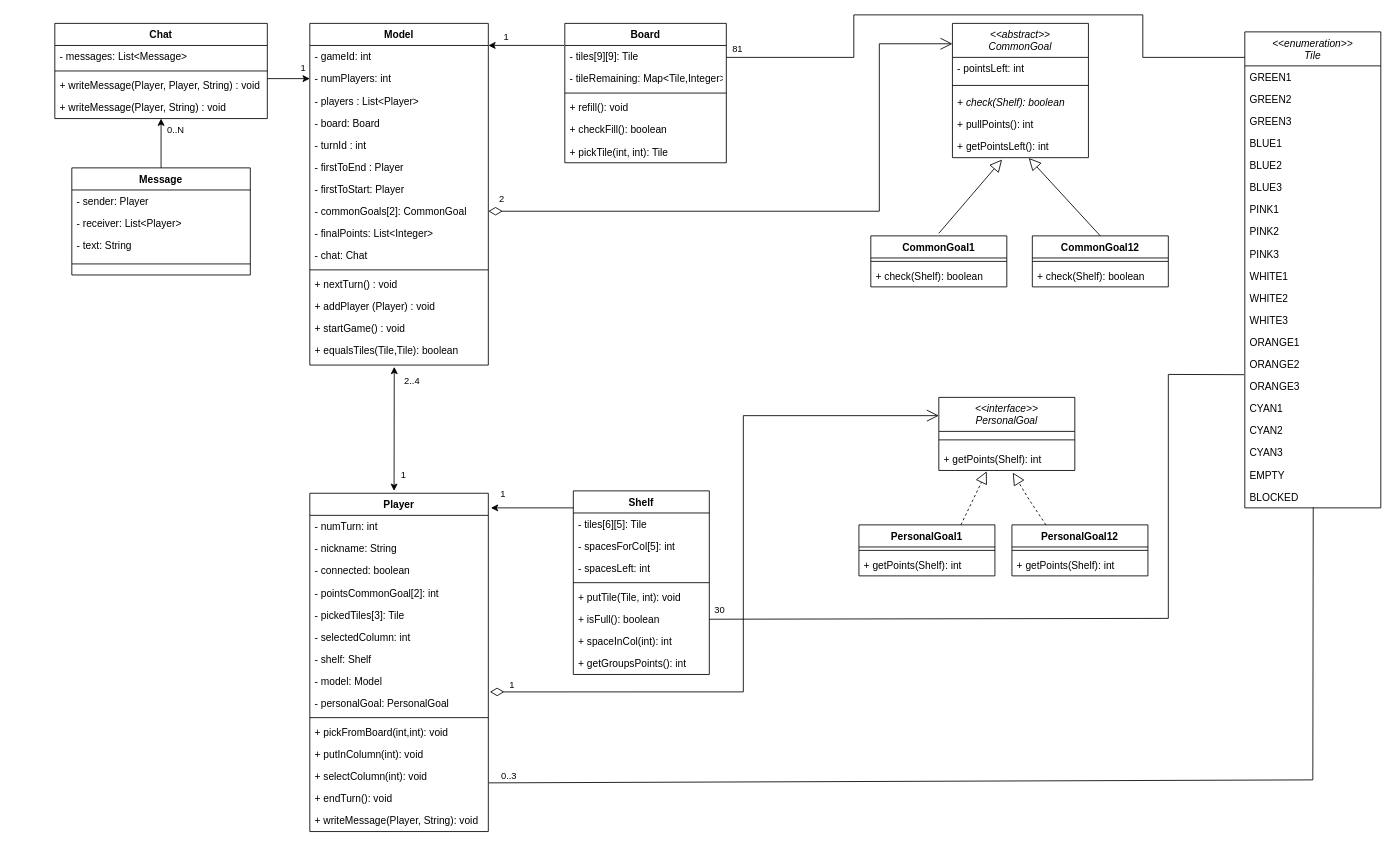
RiccardoFiorentini/ing-sw-2023-Annechini-Filippi-Fiorentini-Gioia keeps this draw.io diagram as UML.drawio. Above is the earlier version. Source tidied: cells renumbered, new cells numbered last; positions are measured from the earlier drawing's top-left corner, leaving out a move shared by most shapes. Both pictures are drawn from the tidied source at 85%, with x=0, y=0 at pixel (54, 14).
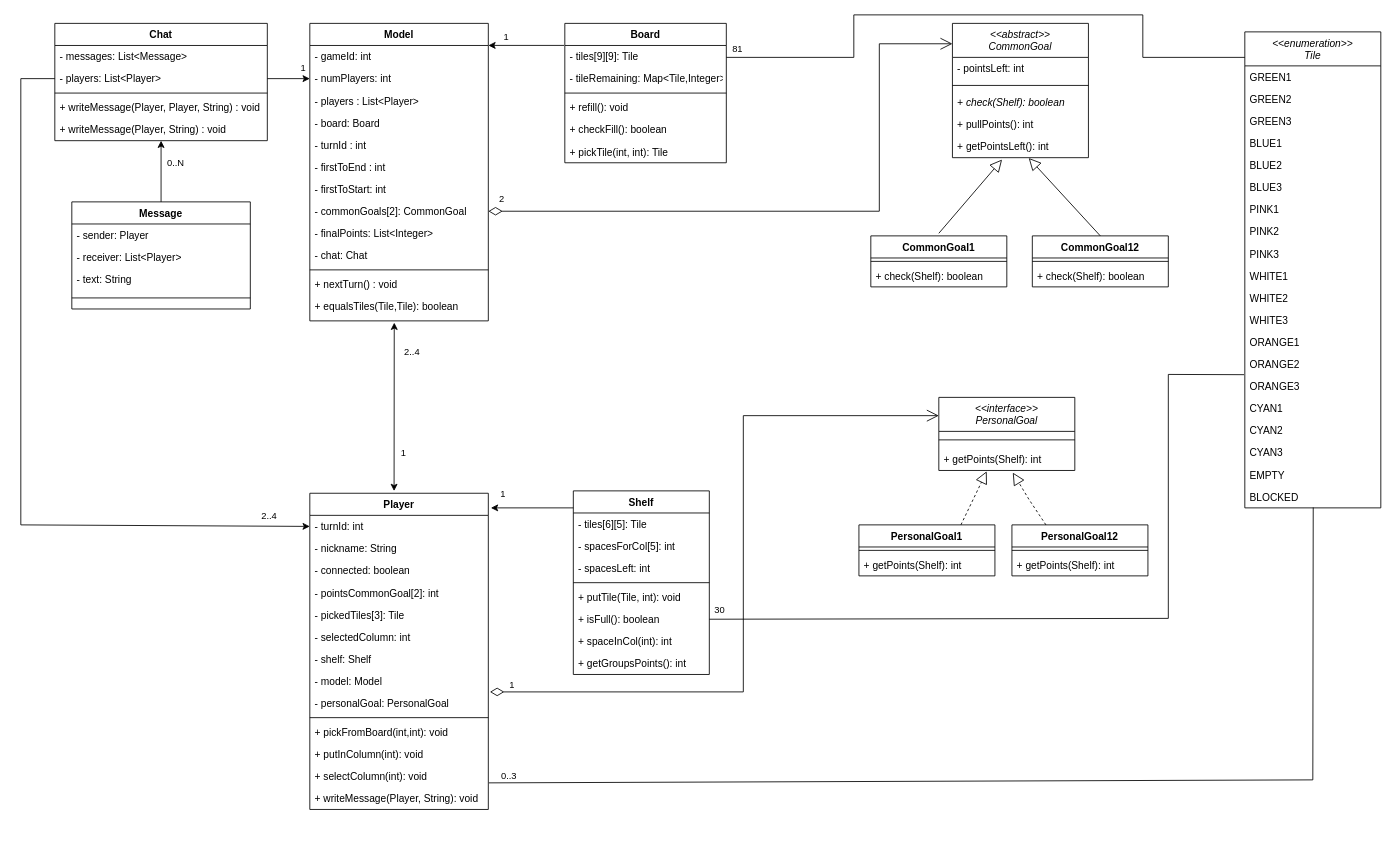
Above is the later version.

Commit message (it also covers changes not shown here):
First implementation of: Chat, Model Update of: UML, Player

The edit, as a diff of the source:
```diff
@@
     <mxCell id="2" value="Model" style="swimlane;fontStyle=1;align=center;verticalAlign=top;horizontal=1;startSize=26;" parent="1" vertex="1">
-      <mxGeometry x="300" y="10" width="210" height="402" as="geometry" />
+      <mxGeometry x="300" y="10" width="210" height="350" as="geometry" />
     </mxCell>
@@
-    <mxCell id="8" value="- firstToEnd : Player" style="text;strokeColor=none;fillColor=none;align=left;verticalAlign=top;spacingLeft=4;spacingRight=4;overflow=hidden;" parent="2" vertex="1">
+    <mxCell id="8" value="- firstToEnd : int" style="text;strokeColor=none;fillColor=none;align=left;verticalAlign=top;spacingLeft=4;spacingRight=4;overflow=hidden;" parent="2" vertex="1">
       <mxGeometry y="156" width="210" height="26" as="geometry" />
     </mxCell>
-    <mxCell id="9" value="- firstToStart: Player" style="text;strokeColor=none;fillColor=none;align=left;verticalAlign=top;spacingLeft=4;spacingRight=4;overflow=hidden;" parent="2" vertex="1">
+    <mxCell id="9" value="- firstToStart: int" style="text;strokeColor=none;fillColor=none;align=left;verticalAlign=top;spacingLeft=4;spacingRight=4;overflow=hidden;" parent="2" vertex="1">
       <mxGeometry y="182" width="210" height="26" as="geometry" />
     </mxCell>
@@
-    <mxCell id="15" value="+ addPlayer (Player) : void" style="text;strokeColor=none;fillColor=none;align=left;verticalAlign=top;spacingLeft=4;spacingRight=4;overflow=hidden;" parent="2" vertex="1">
-      <mxGeometry y="320" width="210" height="26" as="geometry" />
-    </mxCell>
-    <mxCell id="16" value="+ startGame() : void" style="text;strokeColor=none;fillColor=none;align=left;verticalAlign=top;spacingLeft=4;spacingRight=4;overflow=hidden;" parent="2" vertex="1">
-      <mxGeometry y="346" width="210" height="26" as="geometry" />
-    </mxCell>
     <mxCell id="17" value="+ equalsTiles(Tile,Tile): boolean" style="text;strokeColor=none;fillColor=none;align=left;verticalAlign=top;spacingLeft=4;spacingRight=4;overflow=hidden;points=[[0,0.5],[1,0.5]];portConstraint=eastwest;" parent="2" vertex="1">
-      <mxGeometry y="372" width="210" height="30" as="geometry" />
+      <mxGeometry y="320" width="210" height="30" as="geometry" />
     </mxCell>
@@
     <mxCell id="40" value="Player" style="swimlane;fontStyle=1;align=center;verticalAlign=top;horizontal=1;startSize=26;" parent="1" vertex="1">
-      <mxGeometry x="300" y="562.8" width="210" height="398" as="geometry" />
+      <mxGeometry x="300" y="562.8" width="210" height="372" as="geometry" />
     </mxCell>
-    <mxCell id="41" value="- numTurn: int" style="text;strokeColor=none;fillColor=none;align=left;verticalAlign=top;spacingLeft=4;spacingRight=4;overflow=hidden;points=[[0,0.5],[1,0.5]];portConstraint=eastwest;" parent="40" vertex="1">
+    <mxCell id="41" value="- turnId: int" style="text;strokeColor=none;fillColor=none;align=left;verticalAlign=top;spacingLeft=4;spacingRight=4;overflow=hidden;points=[[0,0.5],[1,0.5]];portConstraint=eastwest;" parent="40" vertex="1">
       <mxGeometry y="26" width="210" height="26" as="geometry" />
     </mxCell>
@@
-    <mxCell id="54" value="+ endTurn(): void" style="text;strokeColor=none;fillColor=none;align=left;verticalAlign=top;spacingLeft=4;spacingRight=4;overflow=hidden;" parent="40" vertex="1">
-      <mxGeometry y="346" width="210" height="26" as="geometry" />
-    </mxCell>
     <mxCell id="55" value="+ writeMessage(Player, String): void" style="text;strokeColor=none;fillColor=none;align=left;verticalAlign=top;spacingLeft=4;spacingRight=4;overflow=hidden;" parent="40" vertex="1">
-      <mxGeometry y="372" width="210" height="26" as="geometry" />
+      <mxGeometry y="346" width="210" height="26" as="geometry" />
     </mxCell>
@@
     <mxCell id="112" value="Chat" style="swimlane;fontStyle=1;align=center;verticalAlign=top;horizontal=1;startSize=26;" parent="1" vertex="1">
-      <mxGeometry y="10" width="250" height="112" as="geometry" />
+      <mxGeometry y="10" width="250" height="138" as="geometry" />
     </mxCell>
@@
+    <mxCell id="126" value="- players: List&lt;Player&gt; " style="text;strokeColor=none;fillColor=none;align=left;verticalAlign=top;spacingLeft=4;spacingRight=4;overflow=hidden;points=[[0,0.5],[1,0.5]];portConstraint=eastwest;" parent="112" vertex="1">
+      <mxGeometry y="52" width="250" height="26" as="geometry" />
+    </mxCell>
     <mxCell id="114" style="line;strokeWidth=1;fillColor=none;align=left;verticalAlign=middle;spacingTop=-1;spacingLeft=3;spacingRight=3;labelPosition=right;strokeColor=inherit;" parent="112" vertex="1">
-      <mxGeometry y="52" width="250" height="8" as="geometry" />
+      <mxGeometry y="78" width="250" height="8" as="geometry" />
     </mxCell>
     <mxCell id="115" value="+ writeMessage(Player, Player, String) : void" style="text;strokeColor=none;fillColor=none;align=left;verticalAlign=top;spacingLeft=4;spacingRight=4;overflow=hidden;" parent="112" vertex="1">
-      <mxGeometry y="60" width="250" height="26" as="geometry" />
+      <mxGeometry y="86" width="250" height="26" as="geometry" />
     </mxCell>
     <mxCell id="116" value="+ writeMessage(Player, String) : void" style="text;strokeColor=none;fillColor=none;align=left;verticalAlign=top;spacingLeft=4;spacingRight=4;overflow=hidden;" parent="112" vertex="1">
-      <mxGeometry y="86" width="250" height="26" as="geometry" />
+      <mxGeometry y="112" width="250" height="26" as="geometry" />
     </mxCell>
     <mxCell id="117" value="Message" style="swimlane;fontStyle=1;align=center;verticalAlign=top;horizontal=1;startSize=26;" parent="1" vertex="1">
-      <mxGeometry x="20" y="180" width="210" height="126" as="geometry" />
+      <mxGeometry x="20" y="220" width="210" height="126" as="geometry" />
     </mxCell>
@@
+    <mxCell id="127" style="endArrow=classic;html=1;rounded=0;entryX=0;entryY=0.5;entryDx=0;entryDy=0;exitX=0;exitY=0.5;exitDx=0;exitDy=0;" parent="1" edge="1" source="126" target="41">
+      <mxGeometry relative="1" as="geometry">
+        <Array as="points">
+          <mxPoint x="-40" y="75" />
+          <mxPoint x="-40" y="600" />
+        </Array>
+      </mxGeometry>
+    </mxCell>
+    <mxCell id="128" value="2..4" style="edgeLabel;html=1;align=center;verticalAlign=middle;" parent="1" vertex="1">
+      <mxGeometry x="429.3" y="439.6" as="geometry">
+        <mxPoint x="-178" y="150" as="offset" />
+      </mxGeometry>
+    </mxCell>
```
